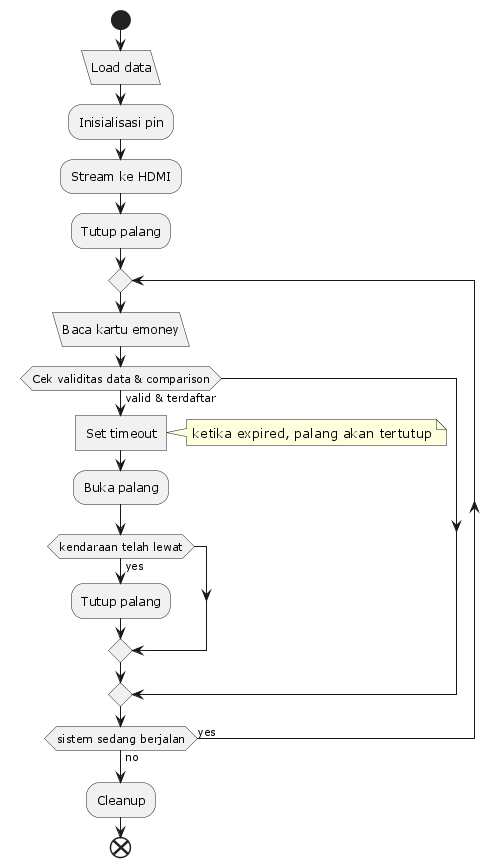
This is assets/app_logic.png from Berigoo/onegate-parking, a PlantUML export, as it was before one commit.
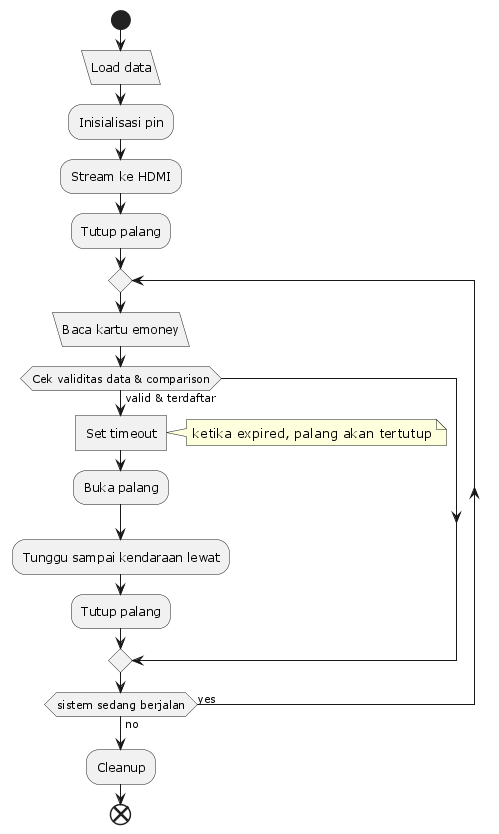
The same diagram one commit later.

The edit, as a diff of the source:
```diff
@@ -12,9 +12,8 @@
 	ketika expired, palang akan tertutup
 	end note
 	:Buka palang;
-	if (kendaraan telah lewat) then (yes)
+	:Tunggu sampai kendaraan lewat;
 	:Tutup palang;
-	endif
 	endif
 repeat while (sistem sedang berjalan) is (yes) not (no)
 
```
